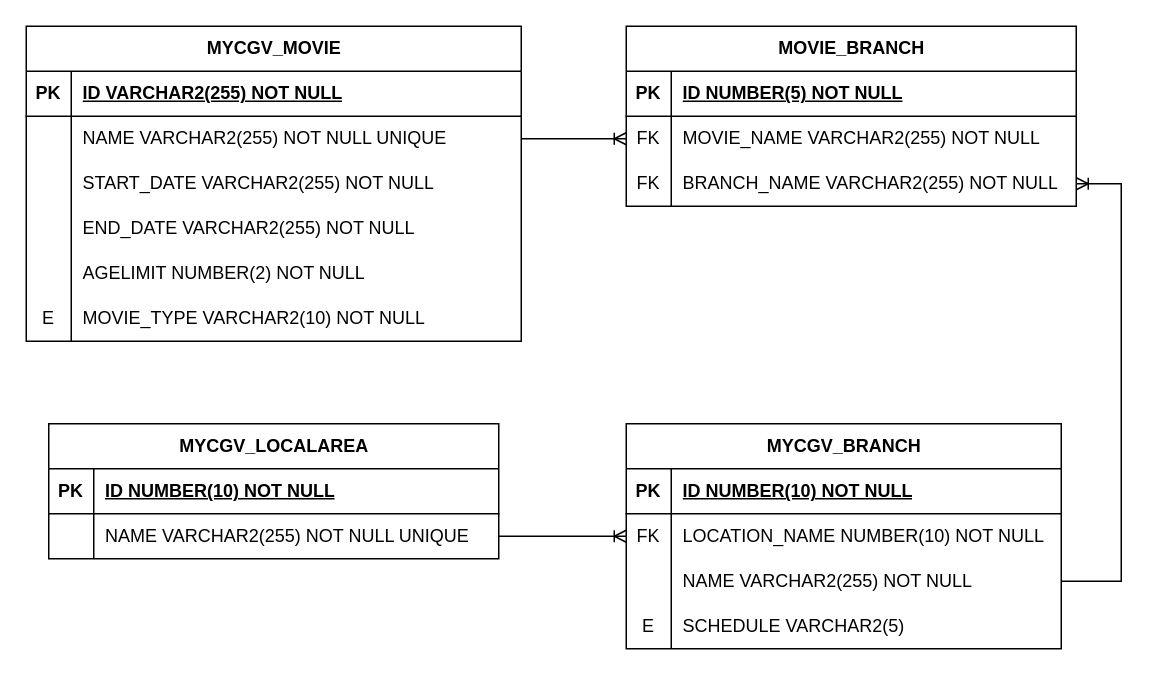
Above: new mycgv_erd.drawio in jaehyeonkim0/mycgv (draw.io), before the change. Source tidied: cells renumbered, new cells numbered last; positions are measured from the earlier drawing's top-left corner, leaving out a move shared by most shapes. Both pictures are drawn from the tidied source at 150%, with x=0, y=0 at pixel (26, 26).
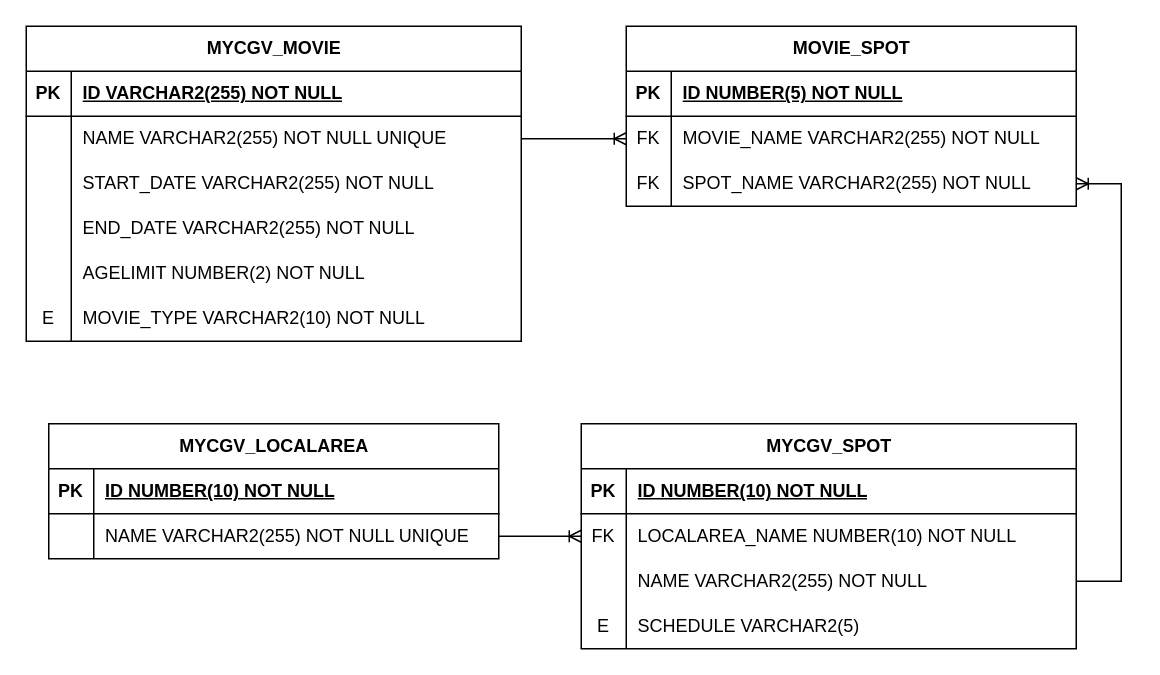
After the change.

Unchanged cells that the change refers to:
```xml
<mxCell id="49" style="shape=tableRow;horizontal=0;startSize=0;swimlaneHead=0;swimlaneBody=0;fillColor=none;points=[[0,0.5],[1,0.5]];portConstraint=eastwest;top=0;left=0;right=0;bottom=0;" parent="42" vertex="1">
  <mxGeometry y="90" width="300" height="30" as="geometry" />
</mxCell>
```

What changed in the source:
```diff
@@
-    <mxCell id="28" value="MYCGV_BRANCH" style="shape=table;startSize=30;childLayout=tableLayout;rowLines=0;fontStyle=1;align=center;html=1;" parent="1" vertex="1">
-      <mxGeometry x="400" y="265" width="290" height="150" as="geometry" />
+    <mxCell id="28" value="MYCGV_SPOT" style="shape=table;startSize=30;childLayout=tableLayout;rowLines=0;fontStyle=1;align=center;html=1;" parent="1" vertex="1">
+      <mxGeometry x="370" y="265" width="330" height="150" as="geometry" />
     </mxCell>
     <mxCell id="29" style="shape=tableRow;horizontal=0;startSize=0;swimlaneHead=0;swimlaneBody=0;fillColor=none;top=0;left=0;right=0;bottom=1;" parent="28" vertex="1">
-      <mxGeometry y="30" width="290" height="30" as="geometry" />
+      <mxGeometry y="30" width="330" height="30" as="geometry" />
     </mxCell>
@@
     <mxCell id="31" value="ID NUMBER(10) NOT NULL" style="shape=partialRectangle;fillColor=none;top=0;left=0;bottom=0;right=0;align=left;spacingLeft=6;fontStyle=5;overflow=hidden;whiteSpace=wrap;html=1;" parent="29" vertex="1">
-      <mxGeometry x="30" width="260" height="30" as="geometry" />
+      <mxGeometry x="30" width="300" height="30" as="geometry" />
     </mxCell>
     <mxCell id="32" style="shape=tableRow;horizontal=0;startSize=0;swimlaneHead=0;swimlaneBody=0;fillColor=none;points=[[0,0.5],[1,0.5]];portConstraint=eastwest;top=0;left=0;right=0;bottom=0;" parent="28" vertex="1">
-      <mxGeometry y="60" width="290" height="30" as="geometry" />
+      <mxGeometry y="60" width="330" height="30" as="geometry" />
     </mxCell>
@@
-    <mxCell id="34" value="LOCATION_NAME NUMBER(10) NOT NULL" style="shape=partialRectangle;fillColor=none;top=0;left=0;bottom=0;right=0;align=left;spacingLeft=6;overflow=hidden;whiteSpace=wrap;html=1;" parent="32" vertex="1">
-      <mxGeometry x="30" width="260" height="30" as="geometry" />
+    <mxCell id="34" value="LOCALAREA_NAME NUMBER(10) NOT NULL" style="shape=partialRectangle;fillColor=none;top=0;left=0;bottom=0;right=0;align=left;spacingLeft=6;overflow=hidden;whiteSpace=wrap;html=1;" parent="32" vertex="1">
+      <mxGeometry x="30" width="300" height="30" as="geometry" />
     </mxCell>
     <mxCell id="35" style="shape=tableRow;horizontal=0;startSize=0;swimlaneHead=0;swimlaneBody=0;fillColor=none;points=[[0,0.5],[1,0.5]];portConstraint=eastwest;top=0;left=0;right=0;bottom=0;" parent="28" vertex="1">
-      <mxGeometry y="90" width="290" height="30" as="geometry" />
+      <mxGeometry y="90" width="330" height="30" as="geometry" />
     </mxCell>
@@
     <mxCell id="37" value="NAME VARCHAR2(255) NOT NULL" style="shape=partialRectangle;fillColor=none;top=0;left=0;bottom=0;right=0;align=left;spacingLeft=6;overflow=hidden;whiteSpace=wrap;html=1;" parent="35" vertex="1">
-      <mxGeometry x="30" width="260" height="30" as="geometry" />
+      <mxGeometry x="30" width="300" height="30" as="geometry" />
     </mxCell>
     <mxCell id="38" style="shape=tableRow;horizontal=0;startSize=0;swimlaneHead=0;swimlaneBody=0;fillColor=none;top=0;left=0;right=0;bottom=0;" parent="28" vertex="1">
-      <mxGeometry y="120" width="290" height="30" as="geometry" />
+      <mxGeometry y="120" width="330" height="30" as="geometry" />
     </mxCell>
@@
     <mxCell id="40" value="SCHEDULE VARCHAR2(5)" style="shape=partialRectangle;fillColor=none;top=0;left=0;bottom=0;right=0;align=left;spacingLeft=6;overflow=hidden;whiteSpace=wrap;html=1;" parent="38" vertex="1">
-      <mxGeometry x="30" width="260" height="30" as="geometry" />
+      <mxGeometry x="30" width="300" height="30" as="geometry" />
     </mxCell>
@@
-    <mxCell id="42" value="MOVIE_BRANCH" style="shape=table;startSize=30;childLayout=tableLayout;rowLines=0;fontStyle=1;align=center;html=1;" parent="1" vertex="1">
+    <mxCell id="42" value="MOVIE_SPOT" style="shape=table;startSize=30;childLayout=tableLayout;rowLines=0;fontStyle=1;align=center;html=1;" parent="1" vertex="1">
       <mxGeometry x="400" width="300" height="120" as="geometry" />
     </mxCell>
@@
-    <mxCell id="51" value="BRANCH_NAME VARCHAR2(255) NOT NULL" style="shape=partialRectangle;fillColor=none;top=0;left=0;bottom=0;right=0;align=left;spacingLeft=6;overflow=hidden;whiteSpace=wrap;html=1;" parent="49" vertex="1">
+    <mxCell id="51" value="SPOT_NAME VARCHAR2(255) NOT NULL" style="shape=partialRectangle;fillColor=none;top=0;left=0;bottom=0;right=0;align=left;spacingLeft=6;overflow=hidden;whiteSpace=wrap;html=1;" parent="49" vertex="1">
       <mxGeometry x="30" width="270" height="30" as="geometry" />
     </mxCell>
```
